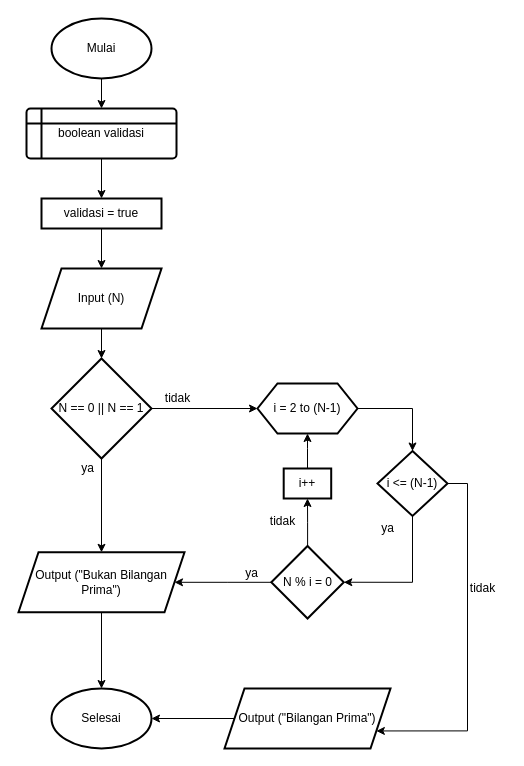
Earlier version of the draw.io diagram page "Soal 1" (1 of 3) of Tugas Day 1/FlowChart.drawio (RusdiansyahMuharrom/prakerja2023). Source tidied: cells renumbered, new cells numbered last; positions are measured from the earlier drawing's top-left corner, leaving out a move shared by most shapes. Both pictures are drawn from the tidied source at 100%, with x=0, y=0 at pixel (18, 18).
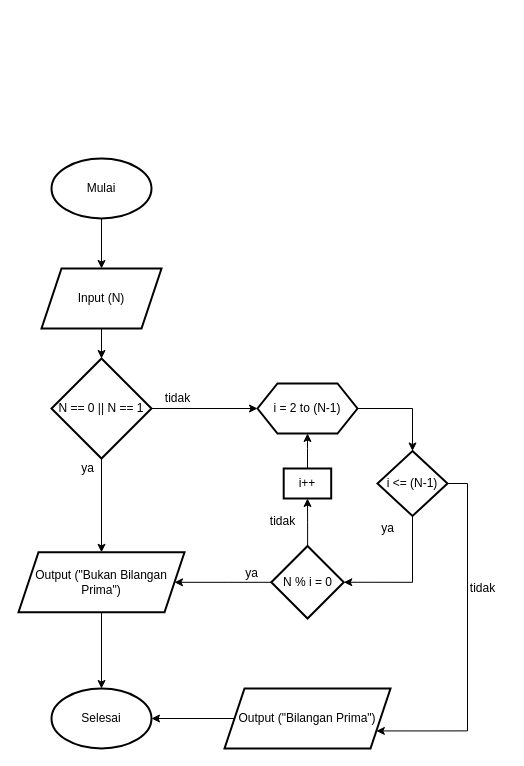
Above is the later version.

Commit message (it also covers changes not shown here):
Memperbaiki tugas flowchart day1

The change refers to these unchanged cells:
```xml
<mxCell id="5" value="Input (N)" style="shape=parallelogram;perimeter=parallelogramPerimeter;whiteSpace=wrap;html=1;fixedSize=1;strokeWidth=2;" parent="1" vertex="1">
  <mxGeometry x="23" y="250" width="120" height="60" as="geometry" />
</mxCell>
```

Diff of the diagram source:
```diff
@@
-    <mxCell id="2" style="edgeStyle=orthogonalEdgeStyle;rounded=0;jettySize=auto;html=1;" parent="1" edge="1" source="3" target="15">
-      <mxGeometry relative="1" as="geometry" />
-    </mxCell>
+    <mxCell id="34" style="edgeStyle=orthogonalEdgeStyle;rounded=0;jettySize=auto;html=1;" parent="1" edge="1" source="3" target="5">
+      <mxGeometry relative="1" as="geometry" />
+    </mxCell>
     <mxCell id="3" value="Mulai" style="strokeWidth=2;html=1;shape=mxgraph.flowchart.start_1;whiteSpace=wrap;" parent="1" vertex="1">
-      <mxGeometry x="33" width="100" height="60" as="geometry" />
+      <mxGeometry x="33" y="140" width="100" height="60" as="geometry" />
     </mxCell>
@@
-    <mxCell id="14" style="edgeStyle=orthogonalEdgeStyle;rounded=0;jettySize=auto;html=1;" parent="1" edge="1" source="15" target="17">
-      <mxGeometry relative="1" as="geometry" />
-    </mxCell>
-    <mxCell id="15" value="boolean validasi" style="shape=internalStorage;whiteSpace=wrap;html=1;dx=15;dy=15;rounded=1;arcSize=8;strokeWidth=2;" parent="1" vertex="1">
-      <mxGeometry x="8" y="90" width="150" height="50" as="geometry" />
-    </mxCell>
-    <mxCell id="16" style="edgeStyle=orthogonalEdgeStyle;rounded=0;jettySize=auto;html=1;" parent="1" edge="1" source="17" target="5">
-      <mxGeometry relative="1" as="geometry" />
-    </mxCell>
-    <mxCell id="17" value="validasi = true" style="rounded=0;whiteSpace=wrap;html=1;strokeWidth=2;" parent="1" vertex="1">
-      <mxGeometry x="23" y="180" width="120" height="30" as="geometry" />
-    </mxCell>
```
